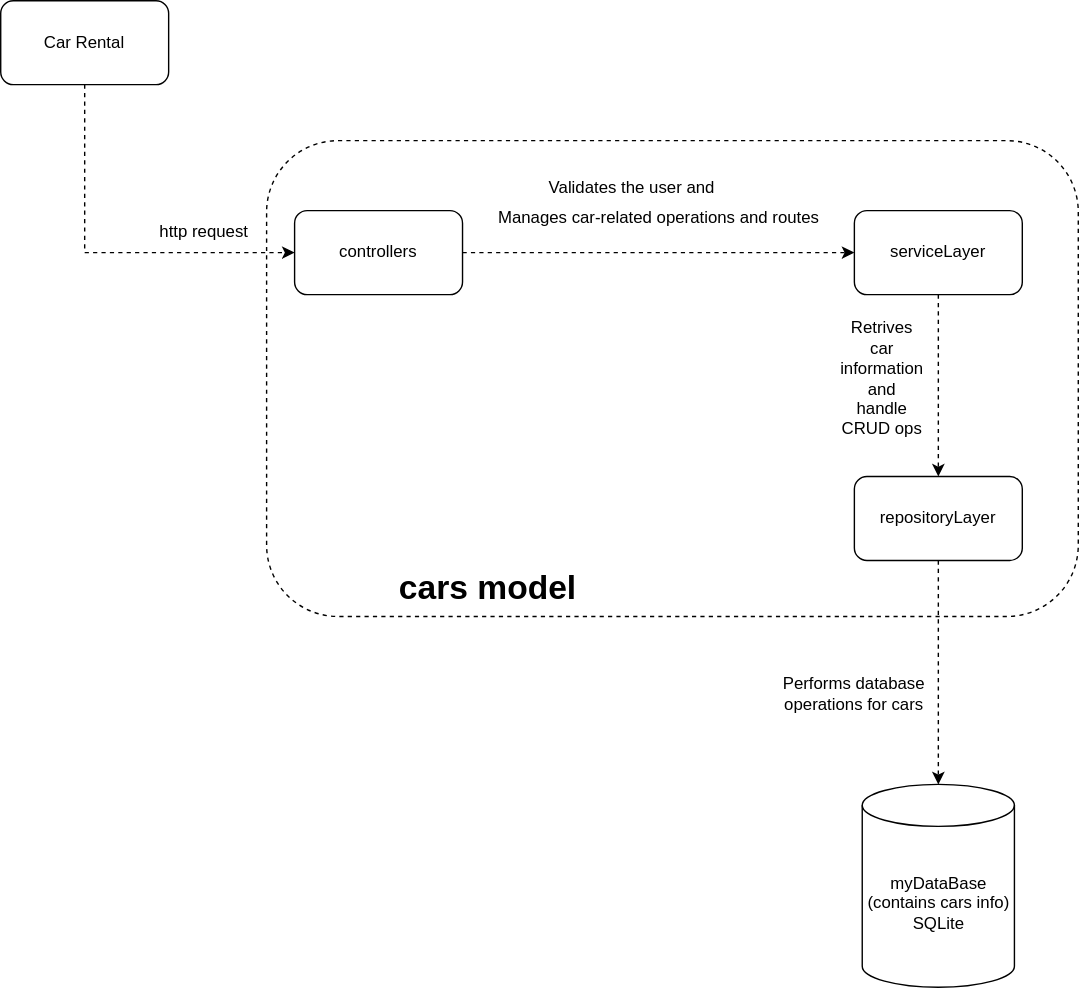
This is assets/diagrams/L3-diagram.svg from JoaquinAkerman/Car-rental, a draw.io export, as it was before one commit. Source tidied: cells renumbered, new cells last; positions are measured from the earlier drawing's top-left corner, leaving out a move shared by most shapes.
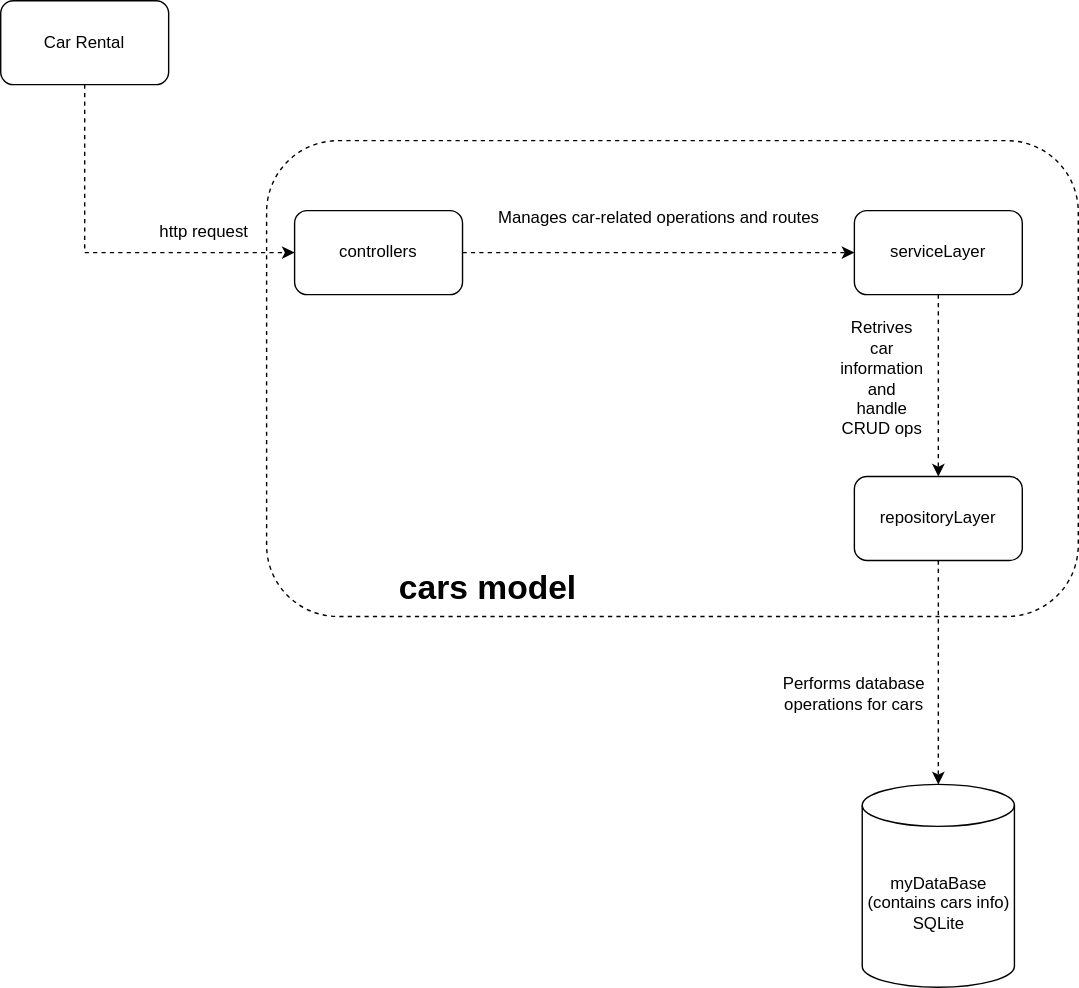
The same file after the commit.

Diff of the diagram source:
```diff
@@ -42,9 +42,6 @@
     <mxCell id="13" value="http request" style="text;html=1;align=center;verticalAlign=middle;strokeColor=none;fillColor=none;" parent="1" vertex="1">
       <mxGeometry x="100" y="150" width="90" height="30" as="geometry" />
     </mxCell>
-    <mxCell id="14" value="Validates the user and" style="text;whiteSpace=wrap;html=1;" parent="1" vertex="1">
-      <mxGeometry x="390" y="120" width="130" height="40" as="geometry" />
-    </mxCell>
     <mxCell id="15" value="Manages car-related operations and routes" style="text;html=1;align=center;verticalAlign=middle;strokeColor=none;fillColor=none;" parent="1" vertex="1">
       <mxGeometry x="340" y="140" width="260" height="30" as="geometry" />
     </mxCell>
```
